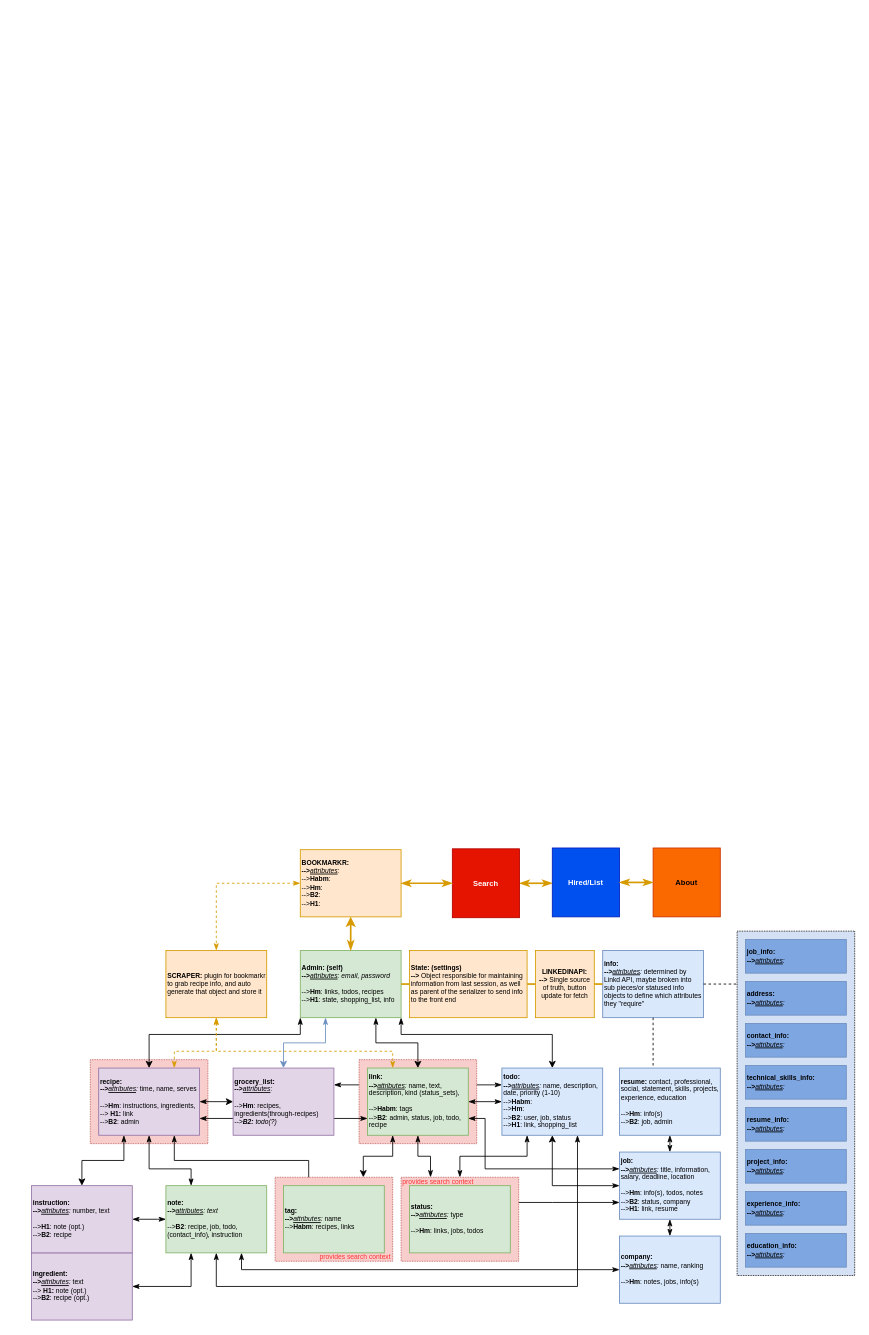
This is docs/self.oo-map-v1.drawio from horaciovelvetine/horaciovelvetine, a draw.io file, before an edit. Source tidied: cells renumbered, new cells numbered last; positions are measured from the earlier drawing's top-left corner, leaving out a move shared by most shapes. Both pictures are drawn from the tidied source at 84%, with x=0, y=0 at pixel (31, 848).
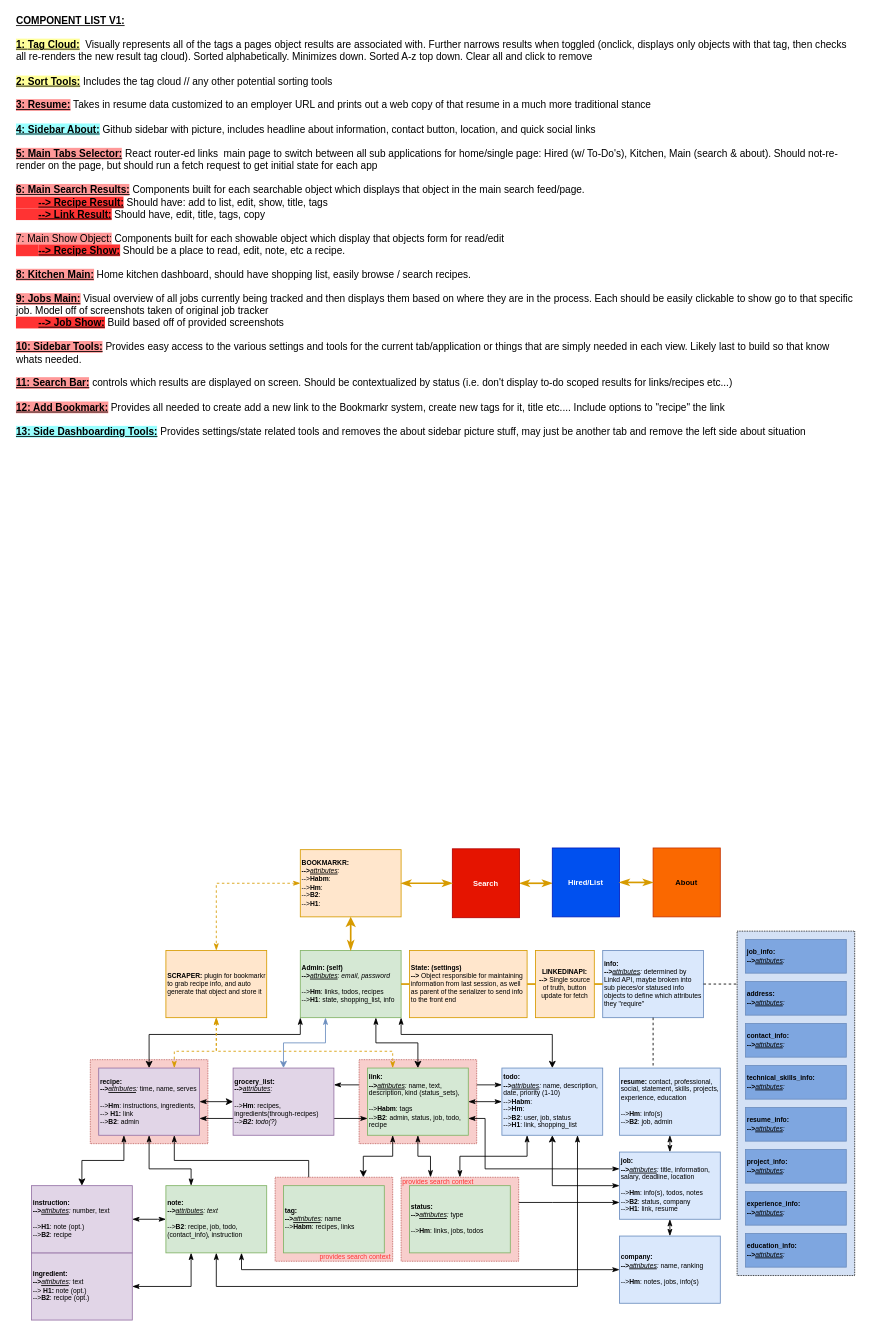
Above is the later version.

Commit message:
init frontend component listings

The edit, as a diff of the source:
```diff
@@
+    <mxCell id="74" value="&lt;font style=&quot;font-size: 12px&quot;&gt;&lt;b&gt;&lt;u&gt;COMPONENT LIST V1:&lt;br&gt;&lt;/u&gt;&lt;/b&gt;&amp;nbsp;&lt;br&gt;&lt;b&gt;&lt;u style=&quot;background-color: rgb(255 , 255 , 153)&quot;&gt;1: &lt;/u&gt;&lt;/b&gt;&lt;b&gt;&lt;span style=&quot;background-color: rgb(255 , 255 , 153)&quot;&gt;&lt;u&gt;Tag Cloud:&lt;/u&gt;&lt;/span&gt;&amp;nbsp;&lt;/b&gt;&amp;nbsp;Visually represents all of the tags a pages object results are associated with. Further narrows results when toggled (onclick, displays only objects with that tag, then checks all re-renders the new result tag cloud). Sorted alphabetically. Minimizes down. Sorted A-z top down. Clear all and click to remove&lt;br&gt;&lt;u style=&quot;font-weight: bold ; background-color: rgb(255 , 255 , 153)&quot;&gt;&lt;br&gt;2: Sort Tools:&lt;/u&gt;&amp;nbsp;Includes the tag cloud // any other potential sorting tools&amp;nbsp;&lt;br&gt;&lt;u style=&quot;font-weight: bold ; background-color: rgb(255 , 153 , 153)&quot;&gt;&lt;br&gt;3: Resume:&lt;/u&gt;&amp;nbsp;Takes in resume data customized to an employer URL and prints out a web copy of that resume in a much more traditional stance&lt;br&gt;&lt;u style=&quot;font-weight: bold ; background-color: rgb(153 , 255 , 255)&quot;&gt;&lt;br&gt;4: Sidebar About:&lt;/u&gt;&amp;nbsp;Github sidebar with picture, includes headline about information, contact button, location, and quick social links&amp;nbsp;&lt;br&gt;&lt;u style=&quot;font-weight: bold ; background-color: rgb(255 , 153 , 153)&quot;&gt;&lt;br&gt;5: Main Tabs Selector:&lt;/u&gt;&amp;nbsp;React router-ed links&amp;nbsp; main page to switch between all sub applications for home/single page: Hired (w/ To-Do's), Kitchen, Main (search &amp;amp; about). Should not-re-render on the page, but should run a fetch request to get initial state for each app&lt;br&gt;&lt;span style=&quot;background-color: rgb(255 , 153 , 153)&quot;&gt;&lt;b&gt;&lt;u&gt;&lt;br&gt;6: Main Search Results:&lt;/u&gt;&lt;/b&gt;&lt;/span&gt;&amp;nbsp;Components built for each searchable object which displays that object in the main search feed/page.&lt;br&gt;&lt;u style=&quot;font-weight: bold&quot;&gt;&lt;span&gt;&#9;&lt;/span&gt;&lt;span style=&quot;background-color: rgb(255 , 51 , 51)&quot;&gt;&lt;span style=&quot;white-space: pre&quot;&gt;&#9;&lt;/span&gt;--&amp;gt; Recipe Result:&lt;/span&gt;&lt;/u&gt;&amp;nbsp;Should have: add to list, edit, show, title, tags&lt;br&gt;&lt;b&gt;&lt;u&gt;&lt;span&gt;&#9;&lt;/span&gt;&lt;span style=&quot;background-color: rgb(255 , 51 , 51)&quot;&gt;&lt;span style=&quot;white-space: pre&quot;&gt;&#9;&lt;/span&gt;--&amp;gt; Link Result:&lt;/span&gt;&lt;/u&gt;&lt;/b&gt; Should have, edit, title, tags, copy&lt;br&gt;&lt;span style=&quot;background-color: rgb(255 , 153 , 153)&quot;&gt;&lt;br&gt;7: Main Show Object:&lt;/span&gt; Components built for each showable object which display that objects form for read/edit&lt;br&gt;&lt;span style=&quot;font-weight: bold&quot;&gt;&#9;&lt;/span&gt;&lt;span style=&quot;background-color: rgb(255 , 51 , 51) ; font-weight: bold ; white-space: pre&quot;&gt;&#9;&lt;/span&gt;&lt;u style=&quot;background-color: rgb(255 , 51 , 51) ; font-weight: bold&quot;&gt;--&amp;gt; Recipe Show:&lt;/u&gt;&amp;nbsp;Should be a place to read, edit, note, etc a recipe.&lt;br&gt;&lt;u style=&quot;font-weight: bold ; background-color: rgb(255 , 153 , 153)&quot;&gt;&lt;br&gt;8: Kitchen Main:&lt;/u&gt;&amp;nbsp;Home kitchen dashboard, should have shopping list, easily browse / search recipes.&amp;nbsp;&lt;br&gt;&lt;u style=&quot;background-color: rgb(255 , 153 , 153) ; font-weight: bold&quot;&gt;&lt;br&gt;9: Jobs Main:&lt;/u&gt;&amp;nbsp;Visual overview of all jobs currently being tracked and then displays them based on where they are in the process. Each should be easily clickable to show go to that specific job. Model off of screenshots taken of original job tracker&lt;br&gt;&lt;u style=&quot;font-weight: bold&quot;&gt;&lt;span style=&quot;background-color: rgb(255 , 51 , 51)&quot;&gt;&lt;span style=&quot;white-space: pre&quot;&gt;&#9;&lt;/span&gt;--&amp;gt; Job Show:&lt;/span&gt;&lt;/u&gt;&amp;nbsp;Build based off of provided screenshots&lt;br&gt;&lt;span style=&quot;background-color: rgb(255 , 153 , 153)&quot;&gt;&lt;b&gt;&lt;u&gt;&lt;br&gt;10: Sidebar Tools:&lt;/u&gt;&lt;/b&gt;&lt;/span&gt; Provides easy access to the various settings and tools for the current tab/application or things that are simply needed in each view. Likely last to build so that know whats needed.&lt;br&gt;&lt;span style=&quot;background-color: rgb(255 , 153 , 153)&quot;&gt;&lt;b&gt;&lt;u&gt;&lt;br&gt;11: Search Bar:&lt;/u&gt;&lt;/b&gt;&lt;/span&gt; controls which results are displayed on screen. Should be contextualized by status (i.e. don't display to-do scoped results for links/recipes etc...)&amp;nbsp;&lt;br&gt;&#9;&lt;br&gt;&lt;span style=&quot;background-color: rgb(255 , 153 , 153)&quot;&gt;&lt;b&gt;&lt;u&gt;12: Add Bookmark:&lt;/u&gt;&lt;/b&gt;&lt;/span&gt; Provides all needed to create add a new link to the Bookmarkr system, create new tags for it, title etc.... Include options to &quot;recipe&quot; the link&lt;br&gt;&lt;br&gt;&lt;u style=&quot;background-color: rgb(153 , 255 , 255) ; font-weight: bold&quot;&gt;13: Side Dashboarding Tools:&lt;/u&gt;&lt;span style=&quot;font-weight: bold&quot;&gt;&amp;nbsp;&lt;/span&gt;Provides settings/state related tools and removes the about sidebar picture stuff, may just be another tab and remove the left side about situation&amp;nbsp;&lt;br&gt;&lt;/font&gt;" style="text;html=1;strokeColor=none;fillColor=none;align=left;verticalAlign=middle;whiteSpace=wrap;rounded=0;fontSize=8;" parent="1" vertex="1">
+      <mxGeometry x="-20" y="-980" width="1000" height="480" as="geometry" />
+    </mxCell>
```
